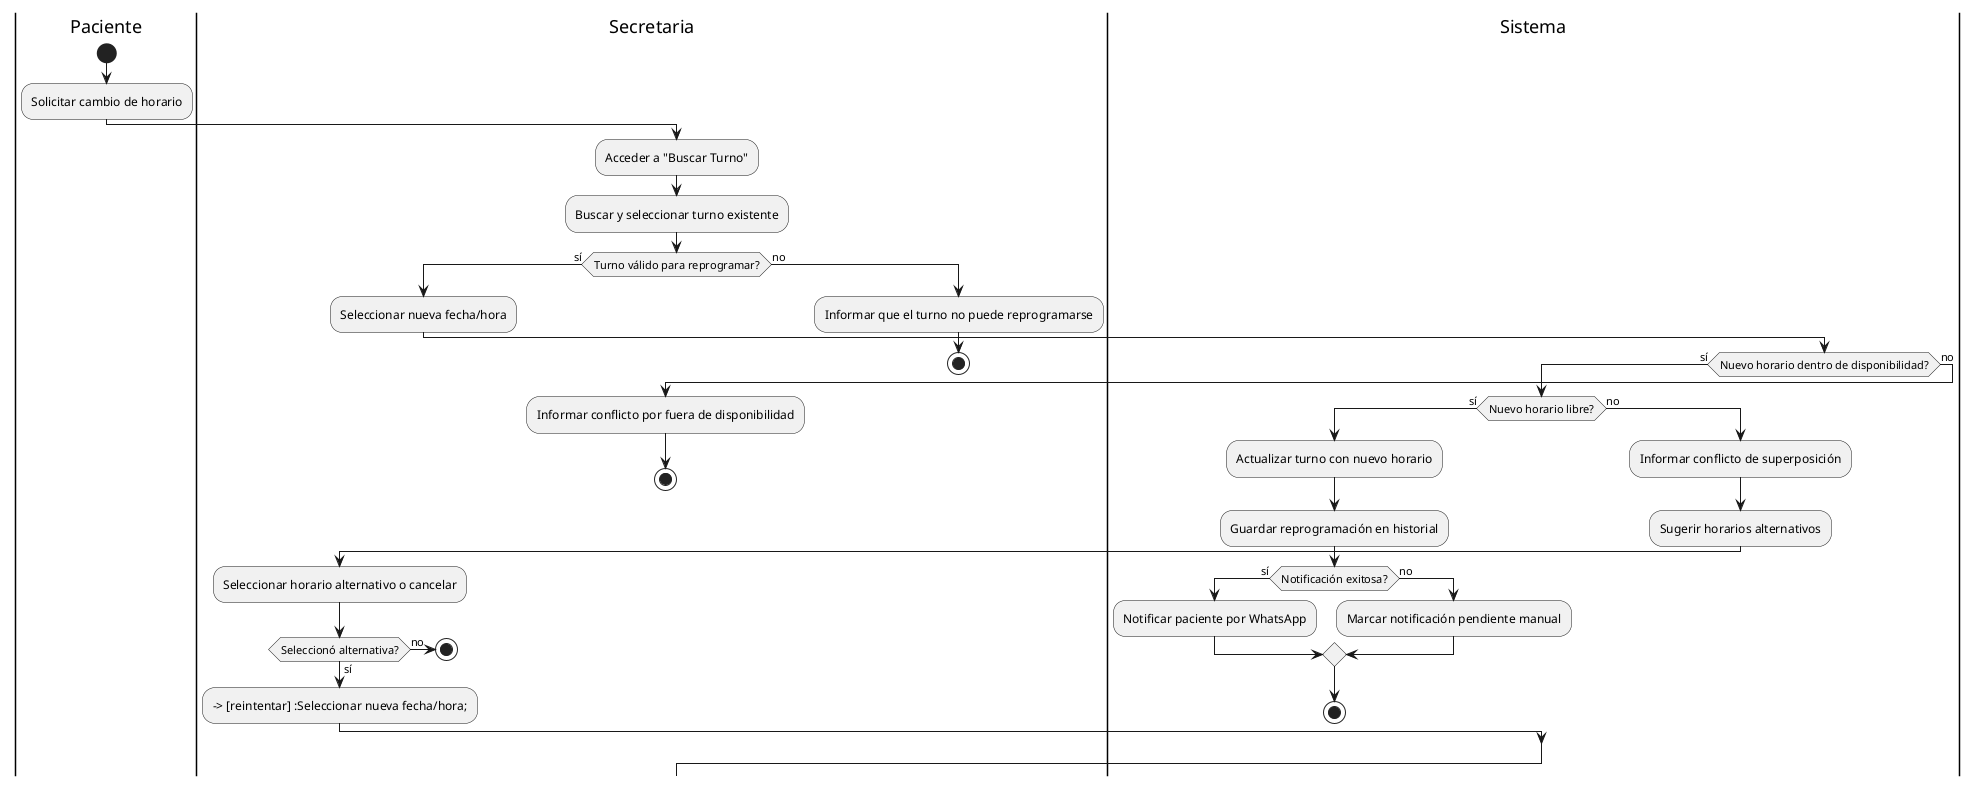
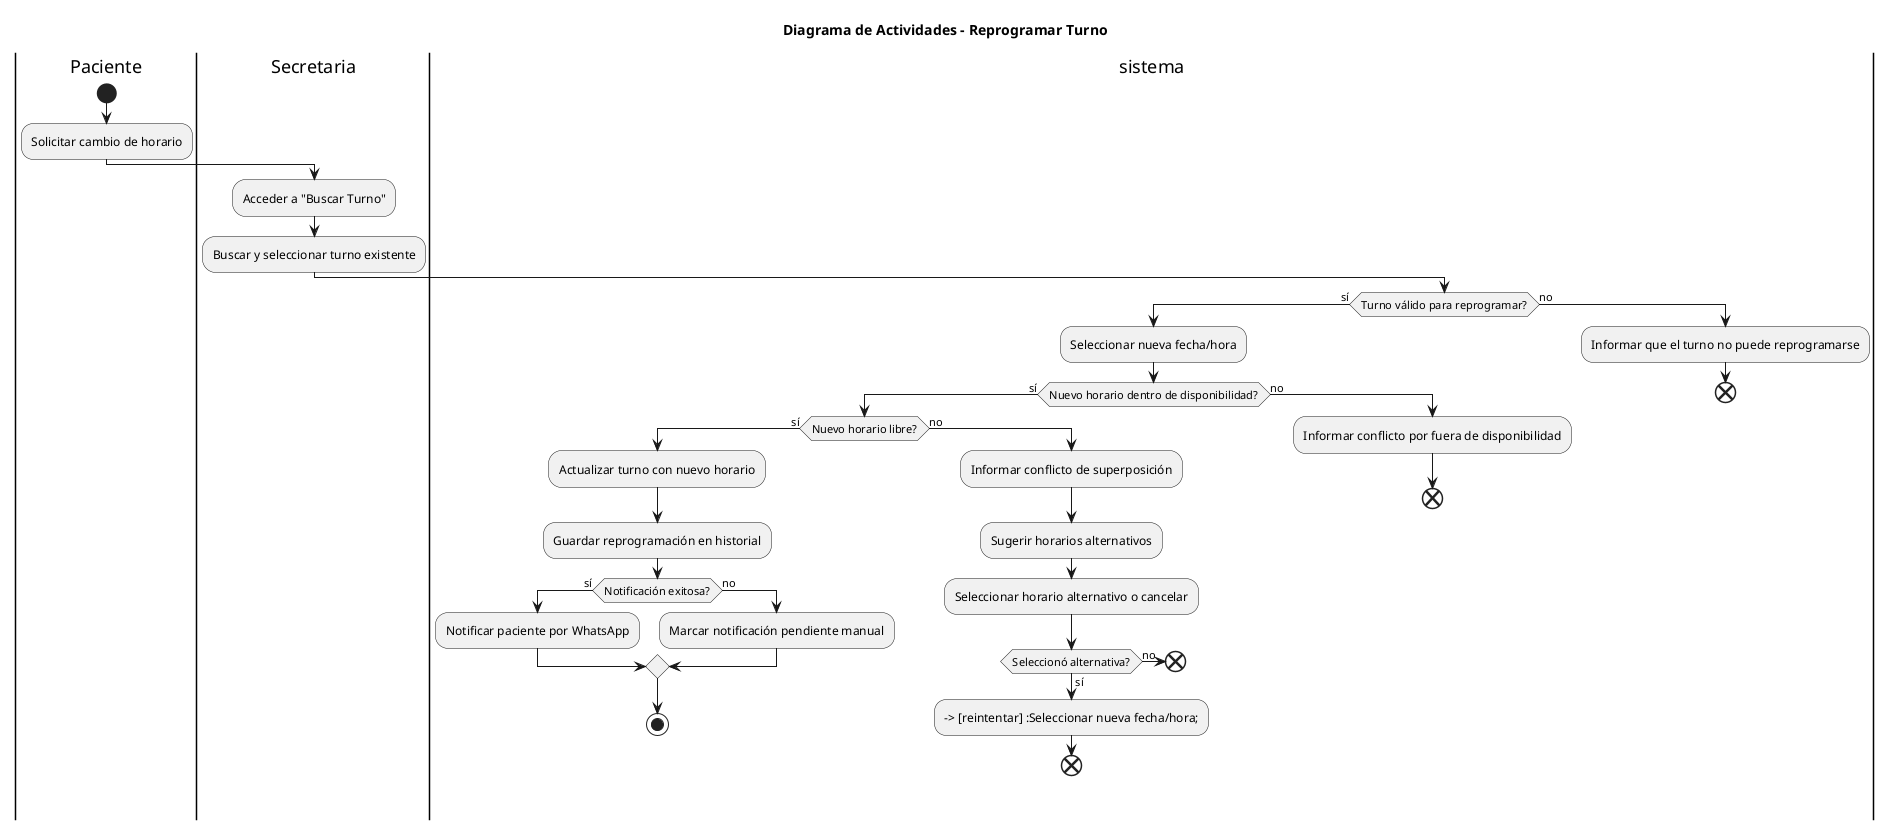
@startuml ReprogramarTurno
+ 
+ title Diagrama de Actividades - Reprogramar Turno
+ 
|Paciente|
start
:Solicitar cambio de horario;
|Secretaria|
:Acceder a "Buscar Turno";
:Buscar y seleccionar turno existente;
+ |sistema|
if (Turno válido para reprogramar?) then (sí)
  :Seleccionar nueva fecha/hora;
-   |Sistema|
+ 
  if (Nuevo horario dentro de disponibilidad?) then (sí)
    if (Nuevo horario libre?) then (sí)
      :Actualizar turno con nuevo horario;
      :Guardar reprogramación en historial;
      if (Notificación exitosa?) then (sí)
        :Notificar paciente por WhatsApp;
      else (no)
        :Marcar notificación pendiente manual;
      endif
      stop
    else (no)
      :Informar conflicto de superposición;
      :Sugerir horarios alternativos;
-       |Secretaria|
+       |sistema|
      :Seleccionar horario alternativo o cancelar;
      if (Seleccionó alternativa?) then (sí)
        --> [reintentar] :Seleccionar nueva fecha/hora;
+         end
      else (no)
-         stop
+         end
      endif
    endif
+     |sistema|
  else (no)
    :Informar conflicto por fuera de disponibilidad;
-     stop
+   end
  endif
+ 
else (no)
  :Informar que el turno no puede reprogramarse;
-   stop
+   end
endif
@enduml